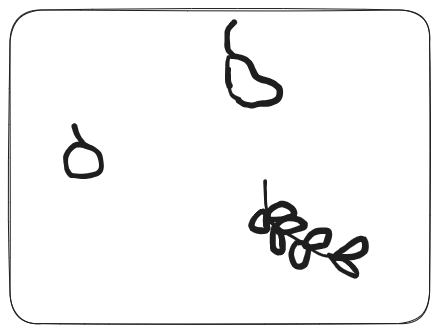
Above: lesson3/img/img_segm.excalidraw.png in NMashalov/2023_OpenMipt_course (Excalidraw), before the change. Source tidied: one line per element, renumbered; positions are measured from the earlier drawing's top-left corner, leaving out a move shared by most shapes.
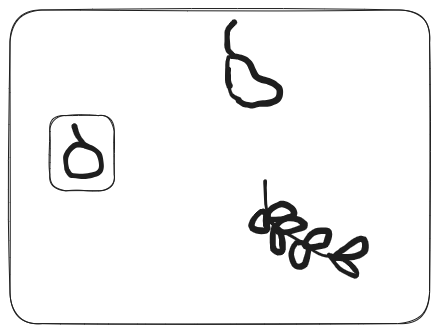
Above is the later version.

Change to the diagram source:
```diff
@@ -14,3 +14,4 @@
 {"id": 13, "type": "freedraw", "strokeColor": "#1e1e1e", "strokeWidth": 1, "roughness": 1, "x": 294, "y": 235, "width": 25, "height": 17, "points": [[0, 0], [0, -2], [1, -3], [2, -6], [4, -6], [4, -8], [6, -10], [8, -12], [10, -13], [12, -14], [16, -14], [20, -14], [21, -14], [24, -14], [24, -14], [24, -11], [24, -9], [23, -6], [22, -2], [21, 0], [20, 0], [15, 1], [11, 2], [5, 2], [3, 2], [3, 2]]}
 {"id": 14, "type": "freedraw", "strokeColor": "#1e1e1e", "strokeWidth": 1, "roughness": 1, "x": 319, "y": 245, "width": 28, "height": 22, "points": [[0, 0], [0, 2], [0, 2], [5, 8], [8, 10], [8, 12], [10, 14], [12, 14], [16, 18], [19, 18], [21, 20], [22, 20], [23, 20], [24, 21], [24, 21], [27, 22], [28, 22], [28, 21], [28, 19], [28, 18], [27, 15], [24, 12], [21, 10], [20, 7], [16, 6], [14, 4], [12, 3], [11, 3], [10, 3], [9, 3], [8, 3], [6, 3], [5, 3], [4, 3], [4, 3], [0, 0]]}
 {"id": 15, "type": "freedraw", "strokeColor": "#1e1e1e", "strokeWidth": 1, "roughness": 1, "x": 323, "y": 248, "width": 33, "height": 19, "points": [[0, 0], [1, -2], [3, -3], [4, -5], [6, -5], [8, -7], [13, -10], [16, -13], [18, -14], [21, -16], [24, -18], [28, -19], [29, -19], [31, -19], [32, -16], [32, -13], [32, -10], [32, -8], [32, -6], [29, -4], [26, -3], [22, -2], [18, -1], [13, -1], [11, -1], [8, -1], [7, -1], [4, -1]]}
+{"id": 16, "type": "rectangle", "strokeColor": "#1e1e1e", "strokeWidth": 1, "roughness": 1, "round": true, "x": 40, "y": 106, "width": 64, "height": 75}
```
